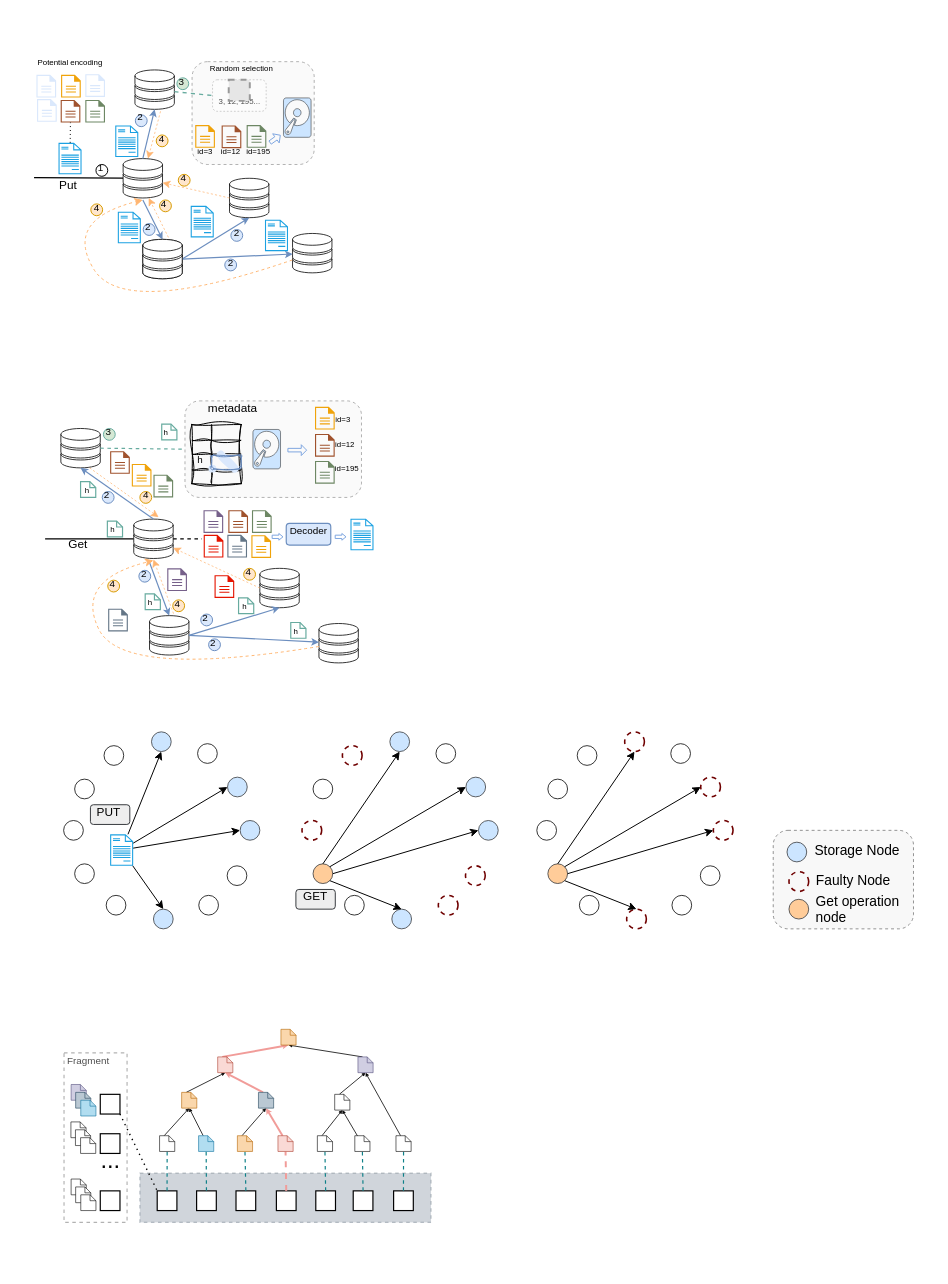
The draw.io diagram figures/figures.drawio in sgdxbc/dddht-paper, before the edit. Source tidied: cells renumbered, new cells numbered last; positions are measured from the earlier drawing's top-left corner, leaving out a move shared by most shapes. Both pictures are drawn from the tidied source at 197%, with x=0, y=0 at pixel (35, 33). Pictures stored in the file or linked from it are replaced by grey dashed boxes.
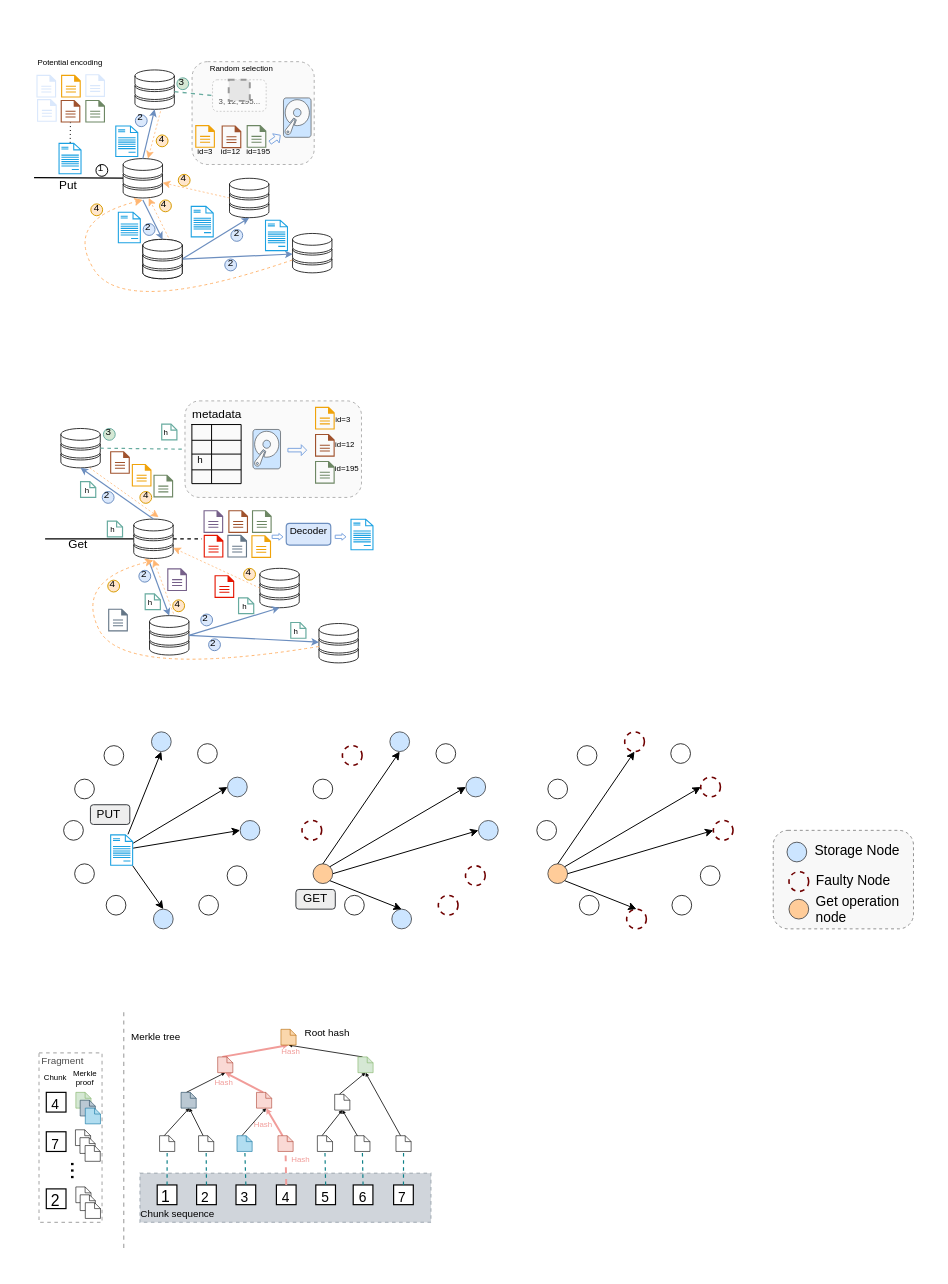
Above is the later version.

Unchanged cells that the change refers to:
```xml
<mxCell id="186" style="shape=note;strokeWidth=0.3;fontSize=14;size=3;whiteSpace=wrap;html=1;" parent="1" vertex="1">
  <mxGeometry x="62.5" y="559" width="7.7" height="8" as="geometry" />
</mxCell>
<mxCell id="204" style="shape=note;strokeWidth=0.3;fontSize=14;size=3;whiteSpace=wrap;html=1;strokeColor=#ae4132;fillColor=#fad9d5;" parent="1" vertex="1">
  <mxGeometry x="122.6" y="559" width="7.7" height="8" as="geometry" />
</mxCell>
<mxCell id="212" style="shape=note;strokeWidth=0.3;fontSize=14;size=3;whiteSpace=wrap;html=1;strokeColor=#ae4132;fillColor=#fad9d5;" parent="1" vertex="1">
  <mxGeometry x="92" y="519" width="7.7" height="8" as="geometry" />
</mxCell>
```

What changed in the source:
```diff
@@
     <mxCell id="70" value="&lt;font style=&quot;font-size: 6px;&quot;&gt;metadata&lt;/font&gt;" style="text;html=1;align=center;verticalAlign=middle;whiteSpace=wrap;rounded=0;" parent="1" vertex="1">
-      <mxGeometry x="84.8" y="183" width="30" height="10" as="geometry" />
+      <mxGeometry x="76.8" y="186" width="30" height="10" as="geometry" />
     </mxCell>
-    <mxCell id="71" style="shape=table;startSize=0;childLayout=tableLayout;fontSize=16;strokeWidth=0.5;perimeterSpacing=0;sketch=1;curveFitting=1;jiggle=2;fillColor=none;" parent="1" vertex="1">
+    <mxCell id="71" style="shape=table;startSize=0;childLayout=tableLayout;fontSize=16;strokeWidth=0.5;perimeterSpacing=0;fillColor=none;swimlaneLine=1;" parent="1" vertex="1">
       <mxGeometry x="78.9" y="198" width="25" height="30" as="geometry" />
     </mxCell>
-    <mxCell id="72" style="shape=tableRow;horizontal=0;startSize=0;swimlaneHead=0;swimlaneBody=0;top=0;left=0;bottom=0;right=0;fontSize=16;strokeWidth=0.5;perimeterSpacing=0;sketch=1;curveFitting=1;jiggle=2;fillColor=none;" parent="71" vertex="1">
+    <mxCell id="72" style="shape=tableRow;horizontal=0;startSize=0;swimlaneHead=0;swimlaneBody=0;top=0;left=0;bottom=0;right=0;fontSize=16;strokeWidth=0.5;perimeterSpacing=0;fillColor=none;swimlaneLine=1;sketch=1;curveFitting=1;jiggle=2;strokeColor=default;" parent="71" vertex="1">
       <mxGeometry width="25" height="8" as="geometry" />
     </mxCell>
@@
-    <mxCell id="84" style="rounded=1;whiteSpace=wrap;html=1;strokeWidth=0.5;fillWeight=4;hachureGap=8;hachureAngle=45;fillColor=#dae8fc;sketch=1;strokeColor=#6c8ebf;" parent="1" vertex="1">
-      <mxGeometry x="88.9" y="213.5" width="15" height="7" as="geometry" />
-    </mxCell>
@@
     <mxCell id="123" value="&lt;font style=&quot;font-size: 6px;&quot;&gt;GET&lt;/font&gt;" style="text;html=1;align=center;verticalAlign=middle;whiteSpace=wrap;rounded=0;" parent="1" vertex="1">
-      <mxGeometry x="136.6" y="431" width="10" height="10" as="geometry" />
+      <mxGeometry x="136.6" y="432" width="10" height="10" as="geometry" />
     </mxCell>
@@
     <mxCell id="125" value="&lt;span style=&quot;font-size: 6px;&quot;&gt;PUT&lt;/span&gt;" style="text;html=1;align=center;verticalAlign=middle;whiteSpace=wrap;rounded=0;" parent="1" vertex="1">
-      <mxGeometry x="32.3" y="388" width="10" height="10" as="geometry" />
+      <mxGeometry x="32.3" y="389" width="10" height="10" as="geometry" />
     </mxCell>
@@
-    <mxCell id="159" style="rounded=0;whiteSpace=wrap;html=1;strokeWidth=0.6;" parent="1" vertex="1">
-      <mxGeometry x="61.3" y="587" width="10" height="10" as="geometry" />
+    <mxCell id="159" value="&lt;font style=&quot;font-size: 8px;&quot;&gt;1&lt;/font&gt;" style="rounded=0;whiteSpace=wrap;html=1;strokeWidth=0.6;" parent="1" vertex="1">
+      <mxGeometry x="61.3" y="584" width="10" height="10" as="geometry" />
     </mxCell>
-    <mxCell id="160" style="rounded=0;whiteSpace=wrap;html=1;strokeWidth=0.6;" parent="1" vertex="1">
-      <mxGeometry x="81.3" y="587" width="10" height="10" as="geometry" />
+    <mxCell id="160" value="&lt;font style=&quot;font-size: 7px;&quot;&gt;2&lt;/font&gt;" style="rounded=0;whiteSpace=wrap;html=1;strokeWidth=0.6;" parent="1" vertex="1">
+      <mxGeometry x="81.3" y="584" width="10" height="10" as="geometry" />
     </mxCell>
-    <mxCell id="161" style="rounded=0;whiteSpace=wrap;html=1;strokeWidth=0.6;" parent="1" vertex="1">
-      <mxGeometry x="101.3" y="587" width="10" height="10" as="geometry" />
+    <mxCell id="161" value="&lt;font style=&quot;font-size: 7px;&quot;&gt;3&lt;/font&gt;" style="rounded=0;whiteSpace=wrap;html=1;strokeWidth=0.6;" parent="1" vertex="1">
+      <mxGeometry x="101.3" y="584" width="10" height="10" as="geometry" />
     </mxCell>
-    <mxCell id="162" style="rounded=0;whiteSpace=wrap;html=1;strokeWidth=0.6;" parent="1" vertex="1">
-      <mxGeometry x="121.8" y="587" width="10" height="10" as="geometry" />
+    <mxCell id="162" value="&lt;font style=&quot;font-size: 7px;&quot;&gt;4&lt;/font&gt;" style="rounded=0;whiteSpace=wrap;html=1;strokeWidth=0.6;" parent="1" vertex="1">
+      <mxGeometry x="121.8" y="584" width="10" height="10" as="geometry" />
     </mxCell>
-    <mxCell id="163" style="rounded=0;whiteSpace=wrap;html=1;strokeWidth=0.6;" parent="1" vertex="1">
-      <mxGeometry x="141.8" y="587" width="10" height="10" as="geometry" />
+    <mxCell id="163" value="&lt;font style=&quot;font-size: 7px;&quot;&gt;5&lt;/font&gt;" style="rounded=0;whiteSpace=wrap;html=1;strokeWidth=0.6;" parent="1" vertex="1">
+      <mxGeometry x="141.8" y="584" width="10" height="10" as="geometry" />
     </mxCell>
-    <mxCell id="164" style="rounded=0;whiteSpace=wrap;html=1;strokeWidth=0.6;" parent="1" vertex="1">
-      <mxGeometry x="160.8" y="587" width="10" height="10" as="geometry" />
+    <mxCell id="164" value="&lt;font style=&quot;font-size: 7px;&quot;&gt;6&lt;/font&gt;" style="rounded=0;whiteSpace=wrap;html=1;strokeWidth=0.6;" parent="1" vertex="1">
+      <mxGeometry x="160.8" y="584" width="10" height="10" as="geometry" />
     </mxCell>
-    <mxCell id="165" style="rounded=0;whiteSpace=wrap;html=1;strokeWidth=0.6;" parent="1" vertex="1">
-      <mxGeometry x="181.3" y="587" width="10" height="10" as="geometry" />
+    <mxCell id="165" value="&lt;font style=&quot;font-size: 7px;&quot;&gt;7&lt;/font&gt;" style="rounded=0;whiteSpace=wrap;html=1;strokeWidth=0.6;" parent="1" vertex="1">
+      <mxGeometry x="181.3" y="584" width="10" height="10" as="geometry" />
     </mxCell>
@@
-    <mxCell id="168" style="endArrow=none;dashed=1;html=1;rounded=0;exitX=0.5;exitY=0;exitDx=0;exitDy=0;entryX=0.5;entryY=1;entryDx=0;entryDy=0;strokeWidth=0.6;fillColor=#b0e3e6;strokeColor=#0e8088;entryPerimeter=0;" parent="1" edge="1" source="161" target="203">
-      <mxGeometry relative="1" as="geometry" />
+    <mxCell id="168" style="endArrow=none;dashed=1;html=1;rounded=0;exitX=0.5;exitY=0;exitDx=0;exitDy=0;entryX=0.5;entryY=1;entryDx=0;entryDy=0;strokeWidth=0.6;fillColor=#b0e3e6;strokeColor=#0e8088;entryPerimeter=0;" parent="1" edge="1" source="161">
+      <mxGeometry relative="1" as="geometry">
+        <mxPoint x="105.8" y="567" as="targetPoint" />
+      </mxGeometry>
     </mxCell>
@@
-    <mxCell id="173" style="endArrow=classic;html=1;rounded=0;exitX=0;exitY=0;exitDx=2.34;exitDy=0;entryX=0.5;entryY=1;entryDx=0;entryDy=0;strokeWidth=0.4;endSize=1;exitPerimeter=0;entryPerimeter=0;" parent="1" edge="1" source="186" target="211">
-      <mxGeometry relative="1" as="geometry" />
+    <mxCell id="173" style="endArrow=classic;html=1;rounded=0;exitX=0;exitY=0;exitDx=2.34;exitDy=0;entryX=0.5;entryY=1;entryDx=0;entryDy=0;strokeWidth=0.4;endSize=1;exitPerimeter=0;entryPerimeter=0;" parent="1" edge="1" source="186">
+      <mxGeometry relative="1" as="geometry">
+        <mxPoint x="77.6" y="545" as="targetPoint" />
+      </mxGeometry>
     </mxCell>
-    <mxCell id="174" style="endArrow=classic;html=1;rounded=0;exitX=0;exitY=0;exitDx=2.34;exitDy=0;strokeWidth=0.4;endSize=1;entryX=0.5;entryY=1;entryDx=0;entryDy=0;exitPerimeter=0;entryPerimeter=0;" parent="1" edge="1" source="202" target="211">
-      <mxGeometry relative="1" as="geometry" />
+    <mxCell id="174" style="endArrow=classic;html=1;rounded=0;exitX=0;exitY=0;exitDx=2.34;exitDy=0;strokeWidth=0.4;endSize=1;entryX=0.5;entryY=1;entryDx=0;entryDy=0;exitPerimeter=0;entryPerimeter=0;" parent="1" edge="1" source="202">
+      <mxGeometry relative="1" as="geometry">
+        <mxPoint x="77.6" y="545" as="targetPoint" />
+      </mxGeometry>
     </mxCell>
-    <mxCell id="175" style="endArrow=classic;html=1;rounded=0;exitX=0;exitY=0;exitDx=2.34;exitDy=0;entryX=0.5;entryY=1;entryDx=0;entryDy=0;strokeWidth=0.4;endSize=1;exitPerimeter=0;entryPerimeter=0;" parent="1" edge="1" source="203" target="210">
-      <mxGeometry relative="1" as="geometry" />
+    <mxCell id="175" style="endArrow=classic;html=1;rounded=0;exitX=0;exitY=0;exitDx=2.34;exitDy=0;entryX=0.5;entryY=1;entryDx=0;entryDy=0;strokeWidth=0.4;endSize=1;exitPerimeter=0;entryPerimeter=0;" parent="1" edge="1">
+      <mxGeometry relative="1" as="geometry">
+        <mxPoint x="104.3" y="559" as="sourcePoint" />
+        <mxPoint x="116.6" y="545" as="targetPoint" />
+      </mxGeometry>
     </mxCell>
-    <mxCell id="176" style="endArrow=classic;html=1;rounded=0;exitX=0;exitY=0;exitDx=2.34;exitDy=0;entryX=0.5;entryY=1;entryDx=0;entryDy=0;strokeWidth=1;endSize=0;fillColor=#fad9d5;strokeColor=#F19C99;exitPerimeter=0;entryPerimeter=0;" parent="1" edge="1" source="204" target="210">
-      <mxGeometry relative="1" as="geometry" />
+    <mxCell id="176" style="endArrow=classic;html=1;rounded=0;exitX=0;exitY=0;exitDx=2.34;exitDy=0;entryX=0.5;entryY=1;entryDx=0;entryDy=0;strokeWidth=1;endSize=0;fillColor=#fad9d5;strokeColor=#F19C99;exitPerimeter=0;entryPerimeter=0;" parent="1" edge="1" source="204">
+      <mxGeometry relative="1" as="geometry">
+        <mxPoint x="116.6" y="545" as="targetPoint" />
+      </mxGeometry>
     </mxCell>
@@
-    <mxCell id="180" style="endArrow=classic;html=1;rounded=0;exitX=0;exitY=0;exitDx=2.34;exitDy=0;entryX=0.5;entryY=1;entryDx=0;entryDy=0;strokeWidth=0.4;endSize=1;exitPerimeter=0;entryPerimeter=0;" parent="1" edge="1" source="211" target="212">
-      <mxGeometry relative="1" as="geometry" />
+    <mxCell id="180" style="endArrow=classic;html=1;rounded=0;exitX=0;exitY=0;exitDx=2.34;exitDy=0;entryX=0.5;entryY=1;entryDx=0;entryDy=0;strokeWidth=0.4;endSize=1;exitPerimeter=0;entryPerimeter=0;" parent="1" edge="1" target="212">
+      <mxGeometry relative="1" as="geometry">
+        <mxPoint x="76.1" y="537" as="sourcePoint" />
+      </mxGeometry>
     </mxCell>
-    <mxCell id="181" style="endArrow=classic;html=1;rounded=0;exitX=0;exitY=0;exitDx=2.34;exitDy=0;entryX=0.5;entryY=1;entryDx=0;entryDy=0;strokeWidth=1;endSize=0;fillColor=#fad9d5;strokeColor=#F19C99;exitPerimeter=0;entryPerimeter=0;targetPerimeterSpacing=0;" parent="1" edge="1" source="210" target="212">
-      <mxGeometry relative="1" as="geometry" />
+    <mxCell id="181" style="endArrow=classic;html=1;rounded=0;exitX=0;exitY=0;exitDx=2.34;exitDy=0;entryX=0.5;entryY=1;entryDx=0;entryDy=0;strokeWidth=1;endSize=0;fillColor=#fad9d5;strokeColor=#F19C99;exitPerimeter=0;entryPerimeter=0;targetPerimeterSpacing=0;" parent="1" edge="1" target="212">
+      <mxGeometry relative="1" as="geometry">
+        <mxPoint x="115.1" y="537" as="sourcePoint" />
+      </mxGeometry>
     </mxCell>
@@
     <mxCell id="185" value="Fragment" style="text;whiteSpace=wrap;fontSize=5;" parent="1" vertex="1">
-      <mxGeometry x="13.6" y="511" width="20" height="10" as="geometry" />
+      <mxGeometry x="0.9" y="511" width="20" height="10" as="geometry" />
     </mxCell>
@@
     <mxCell id="187" style="rounded=0;whiteSpace=wrap;html=1;strokeWidth=0.6;opacity=30;dashed=1;" parent="1" vertex="1">
-      <mxGeometry x="14" y="517" width="32" height="86" as="geometry" />
+      <mxGeometry x="1.3" y="517" width="32" height="86" as="geometry" />
     </mxCell>
-    <mxCell id="188" style="rounded=0;whiteSpace=wrap;html=1;strokeWidth=0.6;" parent="1" vertex="1">
-      <mxGeometry x="32.4" y="587" width="10" height="10" as="geometry" />
+    <mxCell id="188" value="&lt;font style=&quot;font-size: 8px;&quot;&gt;2&lt;/font&gt;" style="rounded=0;whiteSpace=wrap;html=1;strokeWidth=0.6;" parent="1" vertex="1">
+      <mxGeometry x="5" y="586" width="10" height="10" as="geometry" />
     </mxCell>
-    <mxCell id="189" style="rounded=0;whiteSpace=wrap;html=1;strokeWidth=0.6;" parent="1" vertex="1">
-      <mxGeometry x="32.4" y="558" width="10" height="10" as="geometry" />
+    <mxCell id="189" value="&lt;font style=&quot;font-size: 7px;&quot;&gt;7&lt;/font&gt;" style="rounded=0;whiteSpace=wrap;html=1;strokeWidth=0.6;" parent="1" vertex="1">
+      <mxGeometry x="5" y="557" width="10" height="10" as="geometry" />
     </mxCell>
-    <mxCell id="190" style="rounded=0;whiteSpace=wrap;html=1;strokeWidth=0.6;" parent="1" vertex="1">
-      <mxGeometry x="32.4" y="538" width="10" height="10" as="geometry" />
+    <mxCell id="190" value="&lt;font style=&quot;font-size: 7px;&quot;&gt;4&lt;/font&gt;" style="rounded=0;whiteSpace=wrap;html=1;strokeWidth=0.6;" parent="1" vertex="1">
+      <mxGeometry x="5" y="537" width="10" height="10" as="geometry" />
     </mxCell>
-    <mxCell id="191" value="..." style="text;html=1;align=center;verticalAlign=middle;whiteSpace=wrap;rounded=0;" parent="1" vertex="1">
-      <mxGeometry x="22.5" y="562" width="30" height="20" as="geometry" />
+    <mxCell id="191" value="..." style="text;html=1;align=center;verticalAlign=middle;whiteSpace=wrap;rounded=0;rotation=90;" parent="1" vertex="1">
+      <mxGeometry x="6.8" y="567" width="30" height="20" as="geometry" />
     </mxCell>
-    <mxCell id="192" style="endArrow=none;dashed=1;html=1;dashPattern=1 3;strokeWidth=0.7;rounded=0;exitX=1;exitY=1;exitDx=0;exitDy=0;entryX=0;entryY=0;entryDx=0;entryDy=0;" parent="1" edge="1" source="190" target="159">
-      <mxGeometry relative="1" as="geometry" />
-    </mxCell>
-    <mxCell id="193" style="shape=note;strokeWidth=0.3;fontSize=14;size=3;whiteSpace=wrap;html=1;strokeColor=#56517e;fillColor=#d0cee2;" parent="1" vertex="1">
-      <mxGeometry x="17.6" y="533" width="7.7" height="8" as="geometry" />
+    <mxCell id="193" style="shape=note;strokeWidth=0.3;fontSize=14;size=3;whiteSpace=wrap;html=1;strokeColor=#82b366;fillColor=#d5e8d4;" parent="1" vertex="1">
+      <mxGeometry x="20" y="537" width="7.7" height="8" as="geometry" />
     </mxCell>
     <mxCell id="194" style="shape=note;strokeWidth=0.3;fontSize=14;size=3;whiteSpace=wrap;html=1;strokeColor=#23445d;fillColor=#bac8d3;" parent="1" vertex="1">
-      <mxGeometry x="19.9" y="537" width="7.7" height="8" as="geometry" />
+      <mxGeometry x="22.2" y="541" width="7.7" height="8" as="geometry" />
     </mxCell>
-    <mxCell id="195" style="shape=note;strokeWidth=0.3;fontSize=14;size=3;whiteSpace=wrap;html=1;strokeColor=#10739e;fillColor=#b1ddf0;" parent="1" vertex="1">
-      <mxGeometry x="22.5" y="541" width="7.7" height="8" as="geometry" />
+    <mxCell id="195" style="shape=note;strokeWidth=0.3;fontSize=14;size=3;whiteSpace=wrap;html=1;strokeColor=#10739e;fillColor=#B1DDF0;" parent="1" vertex="1">
+      <mxGeometry x="24.8" y="545" width="7.7" height="8" as="geometry" />
     </mxCell>
     <mxCell id="196" style="shape=note;strokeWidth=0.3;fontSize=14;size=3;whiteSpace=wrap;html=1;" parent="1" vertex="1">
-      <mxGeometry x="17.5" y="552" width="7.7" height="8" as="geometry" />
+      <mxGeometry x="19.8" y="556" width="7.7" height="8" as="geometry" />
     </mxCell>
     <mxCell id="197" style="shape=note;strokeWidth=0.3;fontSize=14;size=3;whiteSpace=wrap;html=1;" parent="1" vertex="1">
-      <mxGeometry x="19.8" y="556" width="7.7" height="8" as="geometry" />
+      <mxGeometry x="22.1" y="560" width="7.7" height="8" as="geometry" />
     </mxCell>
     <mxCell id="198" style="shape=note;strokeWidth=0.3;fontSize=14;size=3;whiteSpace=wrap;html=1;" parent="1" vertex="1">
-      <mxGeometry x="22.4" y="560" width="7.7" height="8" as="geometry" />
+      <mxGeometry x="24.7" y="564" width="7.7" height="8" as="geometry" />
     </mxCell>
     <mxCell id="199" style="shape=note;strokeWidth=0.3;fontSize=14;size=3;whiteSpace=wrap;html=1;" parent="1" vertex="1">
-      <mxGeometry x="17.6" y="581" width="7.7" height="8" as="geometry" />
+      <mxGeometry x="20" y="585" width="7.7" height="8" as="geometry" />
     </mxCell>
     <mxCell id="200" style="shape=note;strokeWidth=0.3;fontSize=14;size=3;whiteSpace=wrap;html=1;" parent="1" vertex="1">
-      <mxGeometry x="19.9" y="585" width="7.7" height="8" as="geometry" />
+      <mxGeometry x="22.2" y="589" width="7.7" height="8" as="geometry" />
     </mxCell>
     <mxCell id="201" style="shape=note;strokeWidth=0.3;fontSize=14;size=3;whiteSpace=wrap;html=1;" parent="1" vertex="1">
-      <mxGeometry x="22.5" y="589" width="7.7" height="8" as="geometry" />
+      <mxGeometry x="24.8" y="593" width="7.7" height="8" as="geometry" />
     </mxCell>
-    <mxCell id="202" style="shape=note;strokeWidth=0.3;fontSize=14;size=3;whiteSpace=wrap;html=1;fillColor=#b1ddf0;strokeColor=#10739e;" parent="1" vertex="1">
+    <mxCell id="202" style="shape=note;strokeWidth=0.3;fontSize=14;size=3;whiteSpace=wrap;html=1;" parent="1" vertex="1">
       <mxGeometry x="82.3" y="559" width="7.7" height="8" as="geometry" />
     </mxCell>
-    <mxCell id="203" style="shape=note;strokeWidth=0.3;fontSize=14;size=3;whiteSpace=wrap;html=1;strokeColor=#b46504;fillColor=#fad7ac;" parent="1" vertex="1">
-      <mxGeometry x="102" y="559" width="7.7" height="8" as="geometry" />
-    </mxCell>
@@
-    <mxCell id="209" style="shape=note;strokeWidth=0.3;fontSize=14;size=3;whiteSpace=wrap;html=1;strokeColor=#56517e;fillColor=#d0cee2;" parent="1" vertex="1">
+    <mxCell id="209" style="shape=note;strokeWidth=0.3;fontSize=14;size=3;whiteSpace=wrap;html=1;strokeColor=#82b366;fillColor=#d5e8d4;" parent="1" vertex="1">
       <mxGeometry x="163.2" y="519" width="7.7" height="8" as="geometry" />
     </mxCell>
-    <mxCell id="210" style="shape=note;strokeWidth=0.3;fontSize=14;size=3;whiteSpace=wrap;html=1;strokeColor=#23445d;fillColor=#bac8d3;" parent="1" vertex="1">
-      <mxGeometry x="112.7" y="537" width="7.7" height="8" as="geometry" />
-    </mxCell>
-    <mxCell id="211" style="shape=note;strokeWidth=0.3;fontSize=14;size=3;whiteSpace=wrap;html=1;strokeColor=#b46504;fillColor=#fad7ac;" parent="1" vertex="1">
-      <mxGeometry x="73.7" y="537" width="7.7" height="8" as="geometry" />
-    </mxCell>
@@
+    <mxCell id="269" style="shape=note;strokeWidth=0.3;fontSize=14;size=3;whiteSpace=wrap;html=1;strokeColor=#10739e;fillColor=#B1DDF0;" parent="1" vertex="1">
+      <mxGeometry x="101.8" y="559" width="7.7" height="8" as="geometry" />
+    </mxCell>
+    <mxCell id="270" style="shape=note;strokeWidth=0.3;fontSize=14;size=3;whiteSpace=wrap;html=1;strokeColor=#ae4132;fillColor=#fad9d5;" parent="1" vertex="1">
+      <mxGeometry x="111.7" y="537" width="7.7" height="8" as="geometry" />
+    </mxCell>
+    <mxCell id="271" style="shape=note;strokeWidth=0.3;fontSize=14;size=3;whiteSpace=wrap;html=1;strokeColor=#23445d;fillColor=#bac8d3;" parent="1" vertex="1">
+      <mxGeometry x="73.4" y="537" width="7.7" height="8" as="geometry" />
+    </mxCell>
+    <mxCell id="272" style="endArrow=none;html=1;rounded=0;strokeWidth=0.7;strokeColor=#B3B3B3;dashed=1;" parent="1" edge="1">
+      <mxGeometry relative="1" as="geometry">
+        <mxPoint x="44.3" y="616" as="sourcePoint" />
+        <mxPoint x="44.3" y="496" as="targetPoint" />
+      </mxGeometry>
+    </mxCell>
+    <mxCell id="273" value="&lt;font style=&quot;font-size: 5px;&quot;&gt;Root hash&lt;/font&gt;" style="text;html=1;align=center;verticalAlign=middle;whiteSpace=wrap;rounded=0;fontSize=5;" parent="1" vertex="1">
+      <mxGeometry x="118" y="491" width="60" height="30" as="geometry" />
+    </mxCell>
+    <mxCell id="274" value="&lt;font style=&quot;font-size: 4px;&quot;&gt;Hash&lt;/font&gt;" style="text;html=1;align=center;verticalAlign=middle;whiteSpace=wrap;rounded=0;fontColor=#f19c99;fontSize=4;" parent="1" vertex="1">
+      <mxGeometry x="122.7" y="566" width="22.7" height="12" as="geometry" />
+    </mxCell>
+    <mxCell id="275" value="&lt;font style=&quot;font-size: 4px;&quot;&gt;Hash&lt;/font&gt;" style="text;html=1;align=center;verticalAlign=middle;whiteSpace=wrap;rounded=0;fontColor=#f19c99;fontSize=4;" parent="1" vertex="1">
+      <mxGeometry x="103.9" y="548" width="22.7" height="12" as="geometry" />
+    </mxCell>
+    <mxCell id="276" value="&lt;font style=&quot;font-size: 4px;&quot;&gt;Hash&lt;/font&gt;" style="text;html=1;align=center;verticalAlign=middle;whiteSpace=wrap;rounded=0;fontColor=#f19c99;fontSize=4;" parent="1" vertex="1">
+      <mxGeometry x="84" y="527" width="22.7" height="12" as="geometry" />
+    </mxCell>
+    <mxCell id="277" value="&lt;font style=&quot;font-size: 4px;&quot;&gt;Hash&lt;/font&gt;" style="text;html=1;align=center;verticalAlign=middle;whiteSpace=wrap;rounded=0;fontColor=#f19c99;fontSize=4;" parent="1" vertex="1">
+      <mxGeometry x="117.7" y="511" width="22.7" height="12" as="geometry" />
+    </mxCell>
+    <mxCell id="278" value="&lt;font style=&quot;font-size: 5px;&quot;&gt;Chunk sequence&lt;/font&gt;" style="text;html=1;align=center;verticalAlign=middle;whiteSpace=wrap;rounded=0;fontSize=5;" parent="1" vertex="1">
+      <mxGeometry x="42.3" y="583" width="60" height="30" as="geometry" />
+    </mxCell>
+    <mxCell id="279" value="&lt;font style=&quot;font-size: 5px;&quot;&gt;Merkle tree&lt;/font&gt;" style="text;html=1;align=center;verticalAlign=middle;whiteSpace=wrap;rounded=0;fontSize=5;" parent="1" vertex="1">
+      <mxGeometry x="31.3" y="493" width="60" height="30" as="geometry" />
+    </mxCell>
+    <mxCell id="280" value="Chunk" style="text;html=1;align=center;verticalAlign=middle;whiteSpace=wrap;rounded=0;fontSize=4;" parent="1" vertex="1">
+      <mxGeometry x="4.1" y="524" width="11.8" height="11" as="geometry" />
+    </mxCell>
+    <mxCell id="281" value="Merkle proof" style="text;html=1;align=center;verticalAlign=middle;whiteSpace=wrap;rounded=0;fontSize=4;" parent="1" vertex="1">
+      <mxGeometry x="19.2" y="524" width="11.8" height="11" as="geometry" />
+    </mxCell>
```
